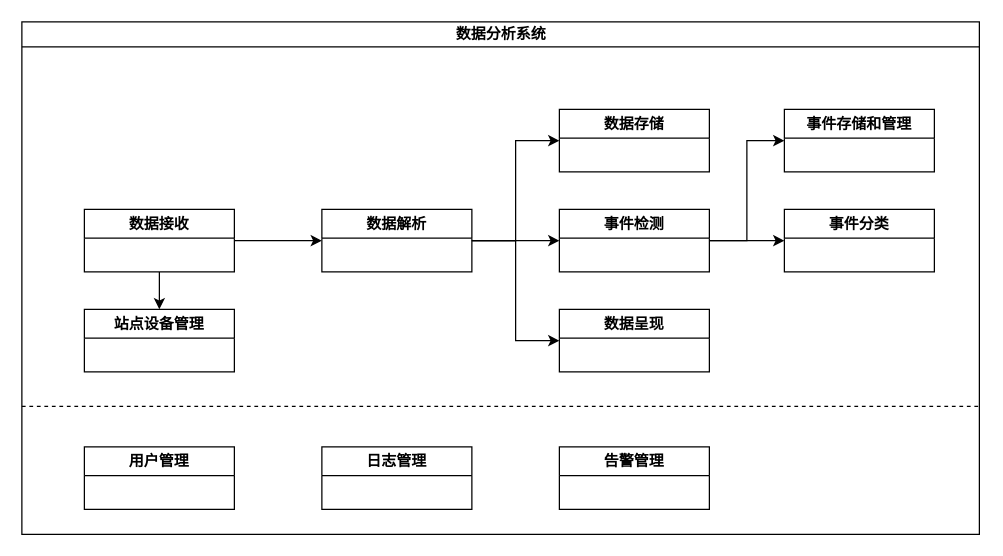
Earlier version of the draw.io diagram 管理系统/未命名绘图.drawio (Diend-7/-). Source tidied: cells renumbered, new cells numbered last; positions are measured from the earlier drawing's top-left corner, leaving out a move shared by most shapes. Both pictures are drawn from the tidied source at 125%, with x=0, y=0 at pixel (21, 21).
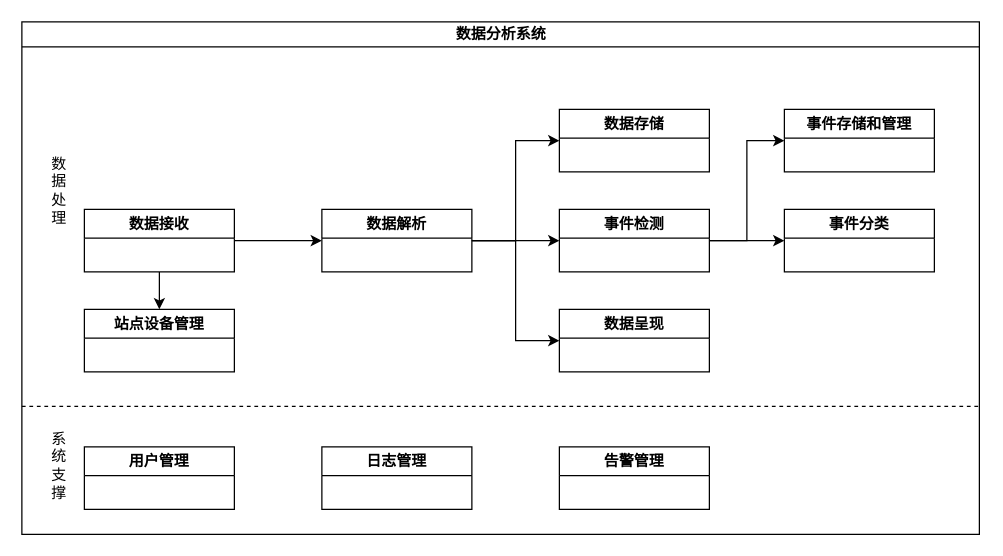
Above is the later version.

Commit message (it also covers changes not shown here):
更新未命名绘图.drawio

The change refers to these unchanged cells:
```xml
<mxCell id="2" value="数据分析系统" style="swimlane;html=1;startSize=20;horizontal=1;containerType=tree;glass=0;" parent="1" vertex="1">
  <mxGeometry width="766" height="410" as="geometry" />
</mxCell>
```

The edit, as a diff of the source:
```diff
@@
+    <mxCell id="22" value="数&lt;div&gt;据&lt;/div&gt;&lt;div&gt;处&lt;/div&gt;&lt;div&gt;理&lt;/div&gt;" style="text;html=1;align=center;verticalAlign=middle;whiteSpace=wrap;rounded=0;" parent="2" vertex="1">
+      <mxGeometry y="120" width="60" height="30" as="geometry" />
+    </mxCell>
+    <mxCell id="23" value="系&lt;div&gt;统&lt;/div&gt;&lt;div&gt;支&lt;/div&gt;&lt;div&gt;撑&lt;/div&gt;" style="text;html=1;align=center;verticalAlign=middle;whiteSpace=wrap;rounded=0;" parent="2" vertex="1">
+      <mxGeometry y="340" width="60" height="30" as="geometry" />
+    </mxCell>
```
